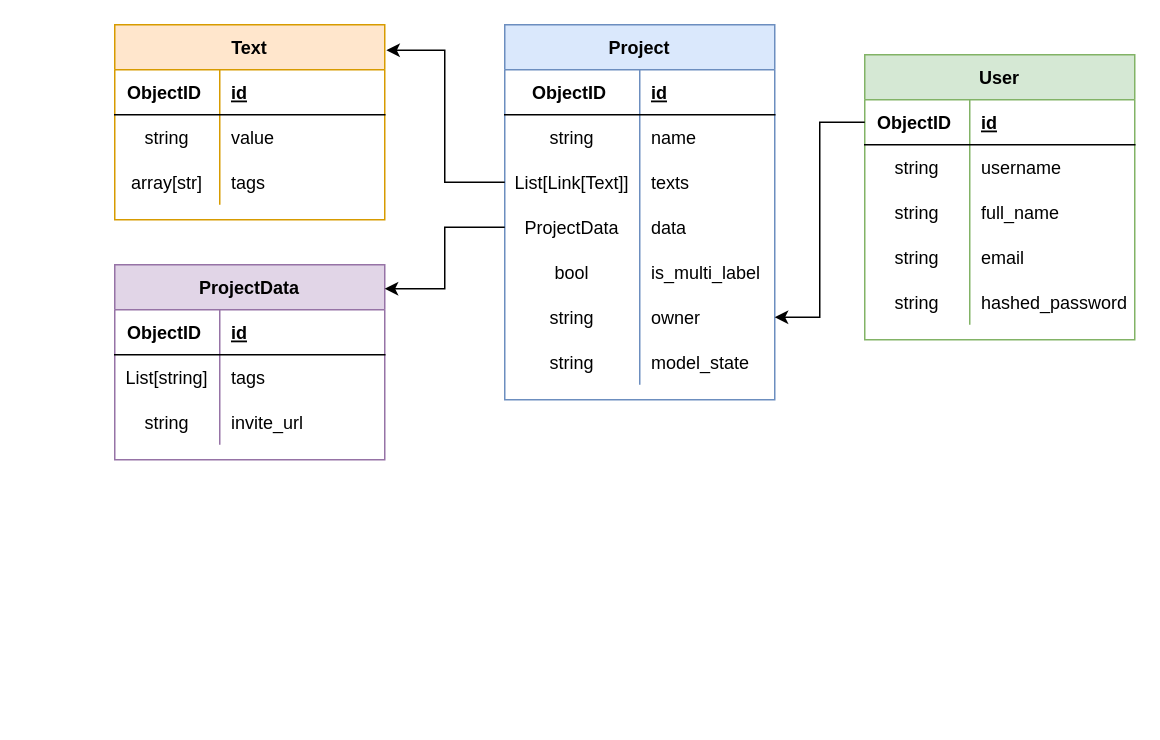
This is docs/images/db.drawio from Majkel1999/Hilbert, a draw.io file, before an edit. Source tidied: cells renumbered, new cells numbered last; positions are measured from the earlier drawing's top-left corner, leaving out a move shared by most shapes. Both pictures are drawn from the tidied source at 150%, with x=0, y=0 at pixel (114, 24).
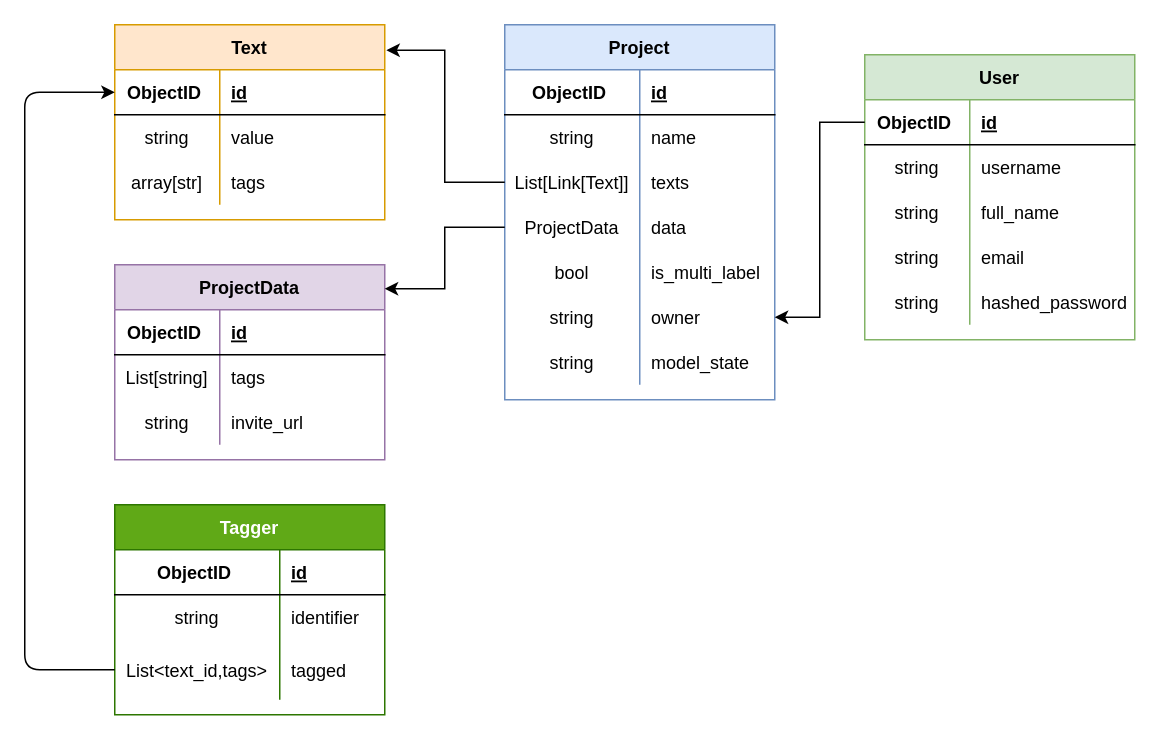
The same diagram, later.

The change refers to these unchanged cells:
```xml
<mxCell id="19" style="shape=tableRow;horizontal=0;startSize=0;swimlaneHead=0;swimlaneBody=0;fillColor=none;points=[[0,0.5],[1,0.5]];portConstraint=eastwest;top=0;left=0;right=0;bottom=1;" parent="18" vertex="1">
  <mxGeometry y="30" width="180" height="30" as="geometry" />
</mxCell>
```

What changed in the source:
```diff
@@
+    <mxCell id="63" value="Tagger" style="shape=table;startSize=30;childLayout=tableLayout;rowLines=0;fontStyle=1;align=center;fillColor=#60a917;strokeColor=#2D7600;fontColor=#ffffff;" parent="1" vertex="1">
+      <mxGeometry y="320" width="180" height="140" as="geometry" />
+    </mxCell>
+    <mxCell id="64" style="shape=tableRow;horizontal=0;startSize=0;swimlaneHead=0;swimlaneBody=0;fillColor=none;top=0;left=0;right=0;bottom=1;" parent="63" vertex="1">
+      <mxGeometry y="30" width="180" height="30" as="geometry" />
+    </mxCell>
+    <mxCell id="65" value="ObjectID " style="shape=partialRectangle;fillColor=none;top=0;left=0;bottom=0;right=0;fontStyle=1;overflow=hidden;" parent="64" vertex="1">
+      <mxGeometry width="110" height="30" as="geometry" />
+    </mxCell>
+    <mxCell id="66" value="id" style="shape=partialRectangle;fillColor=none;top=0;left=0;bottom=0;right=0;align=left;spacingLeft=6;fontStyle=5;overflow=hidden;" parent="64" vertex="1">
+      <mxGeometry x="110" width="70" height="30" as="geometry" />
+    </mxCell>
+    <mxCell id="67" style="shape=tableRow;horizontal=0;startSize=0;swimlaneHead=0;swimlaneBody=0;fillColor=none;top=0;left=0;right=0;bottom=0;" parent="63" vertex="1">
+      <mxGeometry y="60" width="180" height="30" as="geometry" />
+    </mxCell>
+    <mxCell id="68" value="string" style="shape=partialRectangle;fillColor=none;top=0;left=0;bottom=0;right=0;overflow=hidden;" parent="67" vertex="1">
+      <mxGeometry width="110" height="30" as="geometry" />
+    </mxCell>
+    <mxCell id="69" value="identifier" style="shape=partialRectangle;fillColor=none;top=0;left=0;bottom=0;right=0;align=left;spacingLeft=6;overflow=hidden;" parent="67" vertex="1">
+      <mxGeometry x="110" width="70" height="30" as="geometry" />
+    </mxCell>
+    <mxCell id="70" style="shape=tableRow;horizontal=0;startSize=0;swimlaneHead=0;swimlaneBody=0;fillColor=none;points=[[0,0.5],[1,0.5]];portConstraint=eastwest;top=0;left=0;right=0;bottom=0;" parent="63" vertex="1">
+      <mxGeometry y="90" width="180" height="40" as="geometry" />
+    </mxCell>
+    <mxCell id="71" value="List&lt;text_id,tags&gt;" style="shape=partialRectangle;fillColor=none;top=0;left=0;bottom=0;right=0;overflow=hidden;" parent="70" vertex="1">
+      <mxGeometry width="110" height="40" as="geometry" />
+    </mxCell>
+    <mxCell id="72" value="tagged" style="shape=partialRectangle;fillColor=none;top=0;left=0;bottom=0;right=0;align=left;spacingLeft=6;overflow=hidden;" parent="70" vertex="1">
+      <mxGeometry x="110" width="70" height="40" as="geometry" />
+    </mxCell>
+    <mxCell id="73" style="edgeStyle=none;html=1;exitX=0;exitY=0.5;exitDx=0;exitDy=0;entryX=0;entryY=0.5;entryDx=0;entryDy=0;" parent="1" edge="1" source="70" target="19">
+      <mxGeometry relative="1" as="geometry">
+        <Array as="points">
+          <mxPoint x="-60" y="430" />
+          <mxPoint x="-60" y="45" />
+        </Array>
+      </mxGeometry>
+    </mxCell>
```
